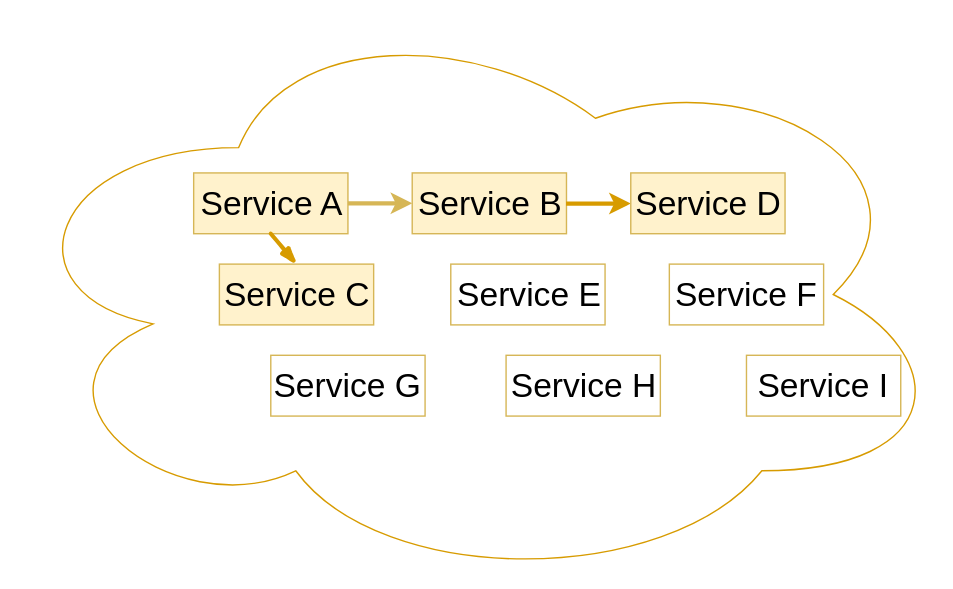
polyrabbit/polyrabbit.github.io keeps this draw.io diagram as image/telepresence/dependency-hell.svg. Above is the earlier version. Source tidied: cells renumbered, new cells last; positions are measured from the earlier drawing's top-left corner, leaving out a move shared by most shapes.
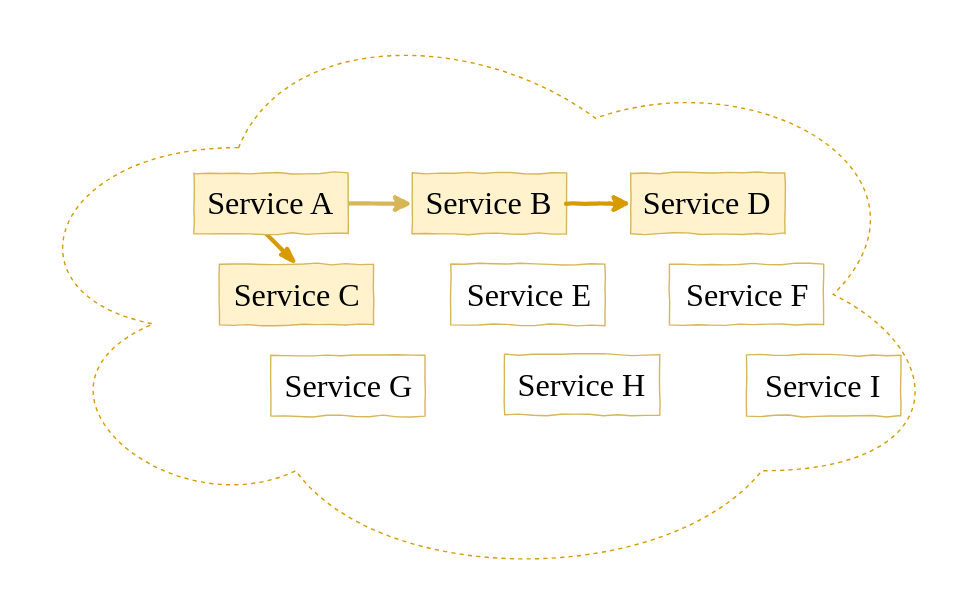
Later version of the same file.

Diff of the diagram source:
```diff
@@ -2,47 +2,51 @@
   <root>
     <mxCell id="0" />
     <mxCell id="1" parent="0" />
-    <mxCell id="2" style="group;" parent="1" vertex="1">
+    <mxCell id="2" style="group;comic=1;fontSize=23;" parent="1" vertex="1">
       <mxGeometry width="680" height="420" as="geometry" />
     </mxCell>
-    <mxCell id="3" style="ellipse;shape=cloud;whiteSpace=wrap;html=1;fillColor=none;strokeColor=#d79b00;" parent="2" vertex="1">
-      <mxGeometry width="680" height="420" as="geometry" />
-    </mxCell>
-    <mxCell id="4" value="&lt;font style=&quot;font-size: 24px&quot;&gt;Service A&lt;/font&gt;" style="rounded=0;whiteSpace=wrap;html=1;fillColor=#fff2cc;strokeColor=#d6b656;" parent="2" vertex="1">
-      <mxGeometry x="137.8" y="123.1" width="110.3" height="43.4" as="geometry" />
-    </mxCell>
-    <mxCell id="5" value="&lt;font style=&quot;font-size: 24px&quot;&gt;Service B&lt;/font&gt;" style="rounded=0;whiteSpace=wrap;html=1;fillColor=#fff2cc;strokeColor=#d6b656;" parent="2" vertex="1">
+    <mxCell id="5" value="&lt;font style=&quot;font-size: 23px;&quot;&gt;Service B&lt;/font&gt;" style="rounded=0;whiteSpace=wrap;html=1;fillColor=#fff2cc;strokeColor=#d6b656;comic=1;fontFamily=Comic Sans MS;fontSize=23;" parent="2" vertex="1">
       <mxGeometry x="294.1" y="123.1" width="110.3" height="43.4" as="geometry" />
     </mxCell>
-    <mxCell id="6" style="edgeStyle=orthogonalEdgeStyle;rounded=0;jettySize=auto;html=1;fillColor=#fff2cc;strokeColor=#d6b656;strokeWidth=3;" parent="2" edge="1" source="4" target="5">
-      <mxGeometry relative="1" as="geometry" />
+    <mxCell id="6" style="edgeStyle=orthogonalEdgeStyle;rounded=0;jettySize=auto;html=1;fillColor=#fff2cc;strokeColor=#d6b656;strokeWidth=3;comic=1;fontFamily=Comic Sans MS;fontSize=23;" parent="2" edge="1" target="5">
+      <mxGeometry relative="1" as="geometry">
+        <mxPoint x="248" y="145" as="sourcePoint" />
+      </mxGeometry>
     </mxCell>
-    <mxCell id="7" style="edgeStyle=orthogonalEdgeStyle;rounded=0;jettySize=auto;html=1;strokeWidth=3;fillColor=#ffe6cc;strokeColor=#d79b00;exitX=1;exitY=0.5;exitDx=0;exitDy=0;" parent="2" edge="1" source="5" target="9">
+    <mxCell id="7" style="edgeStyle=orthogonalEdgeStyle;rounded=0;jettySize=auto;html=1;strokeWidth=3;fillColor=#ffe6cc;strokeColor=#d79b00;exitX=1;exitY=0.5;exitDx=0;exitDy=0;comic=1;fontFamily=Comic Sans MS;fontSize=23;" parent="2" edge="1" source="5" target="9">
       <mxGeometry relative="1" as="geometry" />
     </mxCell>
-    <mxCell id="8" value="&lt;font style=&quot;font-size: 24px&quot;&gt;Service C&lt;/font&gt;" style="rounded=0;whiteSpace=wrap;html=1;fillColor=#fff2cc;strokeColor=#d6b656;" parent="2" vertex="1">
+    <mxCell id="8" value="&lt;font style=&quot;font-size: 23px;&quot;&gt;Service C&lt;/font&gt;" style="rounded=0;whiteSpace=wrap;html=1;fillColor=#fff2cc;strokeColor=#d6b656;comic=1;fontFamily=Comic Sans MS;fontSize=23;" parent="2" vertex="1">
       <mxGeometry x="156.2" y="188.3" width="110.3" height="43.4" as="geometry" />
     </mxCell>
-    <mxCell id="9" value="&lt;font style=&quot;font-size: 24px&quot;&gt;Service D&lt;/font&gt;" style="rounded=0;whiteSpace=wrap;html=1;fillColor=#fff2cc;strokeColor=#d6b656;" parent="2" vertex="1">
+    <mxCell id="9" value="&lt;font style=&quot;font-size: 23px;&quot;&gt;Service D&lt;/font&gt;" style="rounded=0;whiteSpace=wrap;html=1;fillColor=#fff2cc;strokeColor=#d6b656;comic=1;fontFamily=Comic Sans MS;fontSize=23;" parent="2" vertex="1">
       <mxGeometry x="450.3" y="123.1" width="110.3" height="43.4" as="geometry" />
     </mxCell>
-    <mxCell id="10" style="rounded=0;comic=1;strokeWidth=3;endArrow=blockThin;html=1;fontFamily=Comic Sans MS;fontStyle=1;entryX=0.5;entryY=0;entryDx=0;entryDy=0;exitX=0.5;exitY=1;exitDx=0;exitDy=0;fillColor=#ffe6cc;strokeColor=#d79b00;" parent="2" edge="1" source="4" target="8">
-      <mxGeometry relative="1" as="geometry" />
+    <mxCell id="10" style="rounded=0;comic=1;strokeWidth=3;endArrow=blockThin;html=1;fontFamily=Comic Sans MS;fontStyle=1;entryX=0.5;entryY=0;entryDx=0;entryDy=0;exitX=0.5;exitY=1;exitDx=0;exitDy=0;fillColor=#ffe6cc;strokeColor=#d79b00;fontSize=23;" parent="2" edge="1" target="8">
+      <mxGeometry relative="1" as="geometry">
+        <mxPoint x="189" y="166" as="sourcePoint" />
+      </mxGeometry>
     </mxCell>
-    <mxCell id="11" value="&lt;font style=&quot;font-size: 24px&quot;&gt;Service E&lt;/font&gt;" style="rounded=0;whiteSpace=wrap;html=1;fillColor=none;strokeColor=#d6b656;" parent="2" vertex="1">
+    <mxCell id="11" value="&lt;font style=&quot;font-size: 23px;&quot;&gt;Service E&lt;/font&gt;" style="rounded=0;whiteSpace=wrap;html=1;fillColor=none;strokeColor=#d6b656;comic=1;fontFamily=Comic Sans MS;fontSize=23;" parent="2" vertex="1">
       <mxGeometry x="321.6" y="188.3" width="110.3" height="43.4" as="geometry" />
     </mxCell>
-    <mxCell id="12" value="&lt;font style=&quot;font-size: 24px&quot;&gt;Service F&lt;/font&gt;" style="rounded=0;whiteSpace=wrap;html=1;fillColor=none;strokeColor=#d6b656;" parent="2" vertex="1">
+    <mxCell id="12" value="&lt;font style=&quot;font-size: 23px;&quot;&gt;Service F&lt;/font&gt;" style="rounded=0;whiteSpace=wrap;html=1;fillColor=none;strokeColor=#d6b656;comic=1;fontFamily=Comic Sans MS;fontSize=23;" parent="2" vertex="1">
       <mxGeometry x="477.8" y="188.3" width="110.3" height="43.4" as="geometry" />
     </mxCell>
-    <mxCell id="13" value="&lt;font style=&quot;font-size: 24px&quot;&gt;Service G&lt;/font&gt;" style="rounded=0;whiteSpace=wrap;html=1;fillColor=none;strokeColor=#d6b656;" parent="2" vertex="1">
+    <mxCell id="13" value="&lt;font style=&quot;font-size: 23px;&quot;&gt;Service G&lt;/font&gt;" style="rounded=0;whiteSpace=wrap;html=1;fillColor=none;strokeColor=#d6b656;comic=1;fontFamily=Comic Sans MS;fontSize=23;" parent="2" vertex="1">
       <mxGeometry x="193" y="253.4" width="110.3" height="43.4" as="geometry" />
     </mxCell>
-    <mxCell id="14" value="&lt;font style=&quot;font-size: 24px&quot;&gt;Service H&lt;/font&gt;" style="rounded=0;whiteSpace=wrap;html=1;fillColor=none;strokeColor=#d6b656;" parent="2" vertex="1">
-      <mxGeometry x="361.1" y="253.4" width="110.3" height="43.4" as="geometry" />
+    <mxCell id="14" value="&lt;font style=&quot;font-size: 23px;&quot;&gt;Service H&lt;/font&gt;" style="rounded=0;whiteSpace=wrap;html=1;fillColor=none;strokeColor=#d6b656;comic=1;fontFamily=Comic Sans MS;fontSize=23;" parent="2" vertex="1">
+      <mxGeometry x="360" y="253" width="111" height="43" as="geometry" />
     </mxCell>
-    <mxCell id="15" value="&lt;font style=&quot;font-size: 24px&quot;&gt;Service I&lt;/font&gt;" style="rounded=0;whiteSpace=wrap;html=1;fillColor=none;strokeColor=#d6b656;" parent="2" vertex="1">
+    <mxCell id="15" value="&lt;font style=&quot;font-size: 23px;&quot;&gt;Service I&lt;/font&gt;" style="rounded=0;whiteSpace=wrap;html=1;fillColor=none;strokeColor=#d6b656;comic=1;fontFamily=Comic Sans MS;fontSize=23;" parent="2" vertex="1">
       <mxGeometry x="533" y="253.4" width="110.3" height="43.4" as="geometry" />
     </mxCell>
+    <mxCell id="4" value="&lt;font style=&quot;font-size: 23px&quot;&gt;Service A&lt;/font&gt;" style="rounded=0;whiteSpace=wrap;html=1;fillColor=#fff2cc;strokeColor=#d6b656;comic=1;fontFamily=Comic Sans MS;" parent="2" vertex="1">
+      <mxGeometry x="138.1" y="123.1" width="110.3" height="43.4" as="geometry" />
+    </mxCell>
+    <mxCell id="3" style="ellipse;shape=cloud;whiteSpace=wrap;html=1;fillColor=none;strokeColor=#d79b00;dashed=1;" parent="2" vertex="1">
+      <mxGeometry width="680" height="420" as="geometry" />
+    </mxCell>
   </root>
 </mxGraphModel>
```
